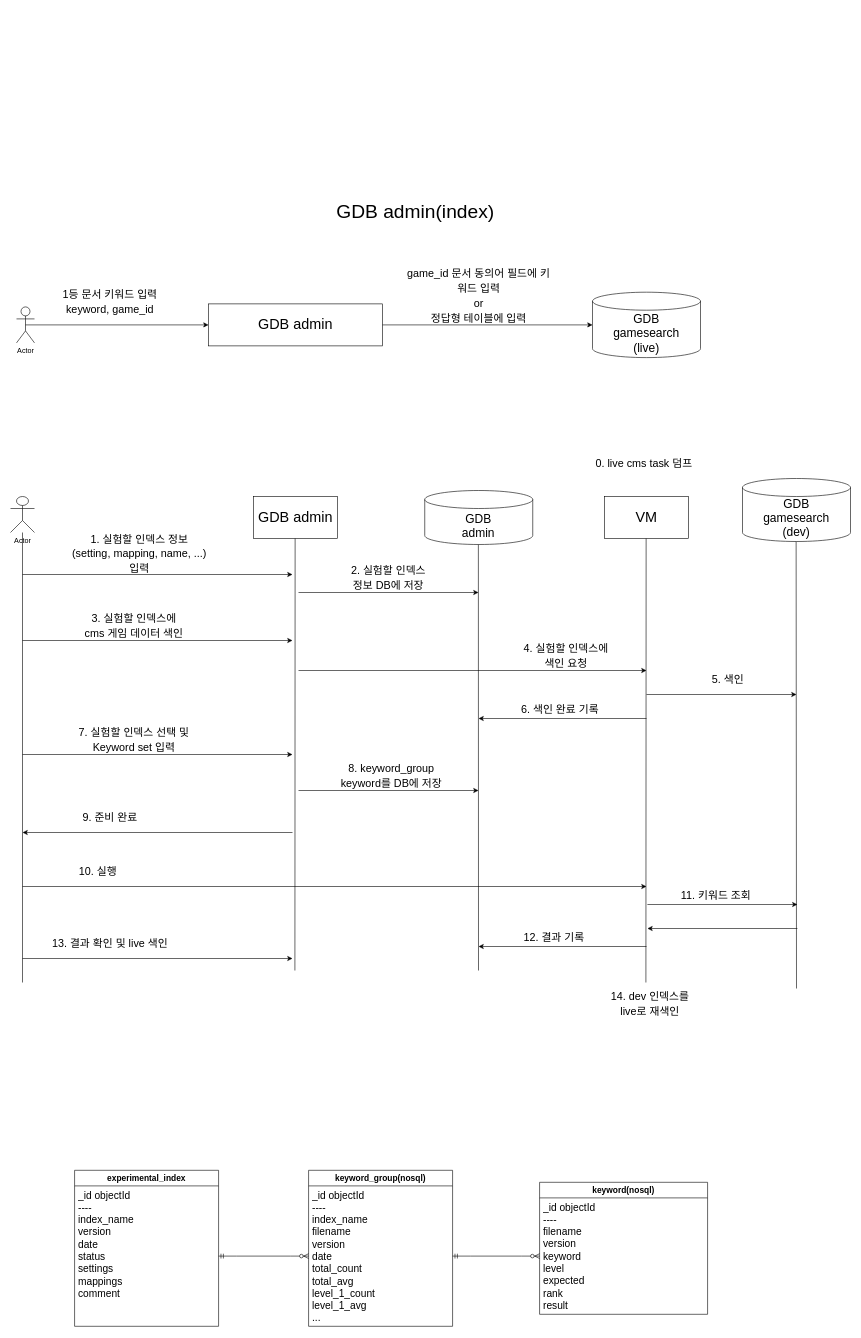
hwan2v/archive keeps this draw.io diagram as index_admin.drawio. Above is the earlier version. Source tidied: cells renumbered, new cells numbered last; positions are measured from the earlier drawing's top-left corner, leaving out a move shared by most shapes. Both pictures are drawn from the tidied source at 60%, with x=0, y=0 at pixel (10, 184).
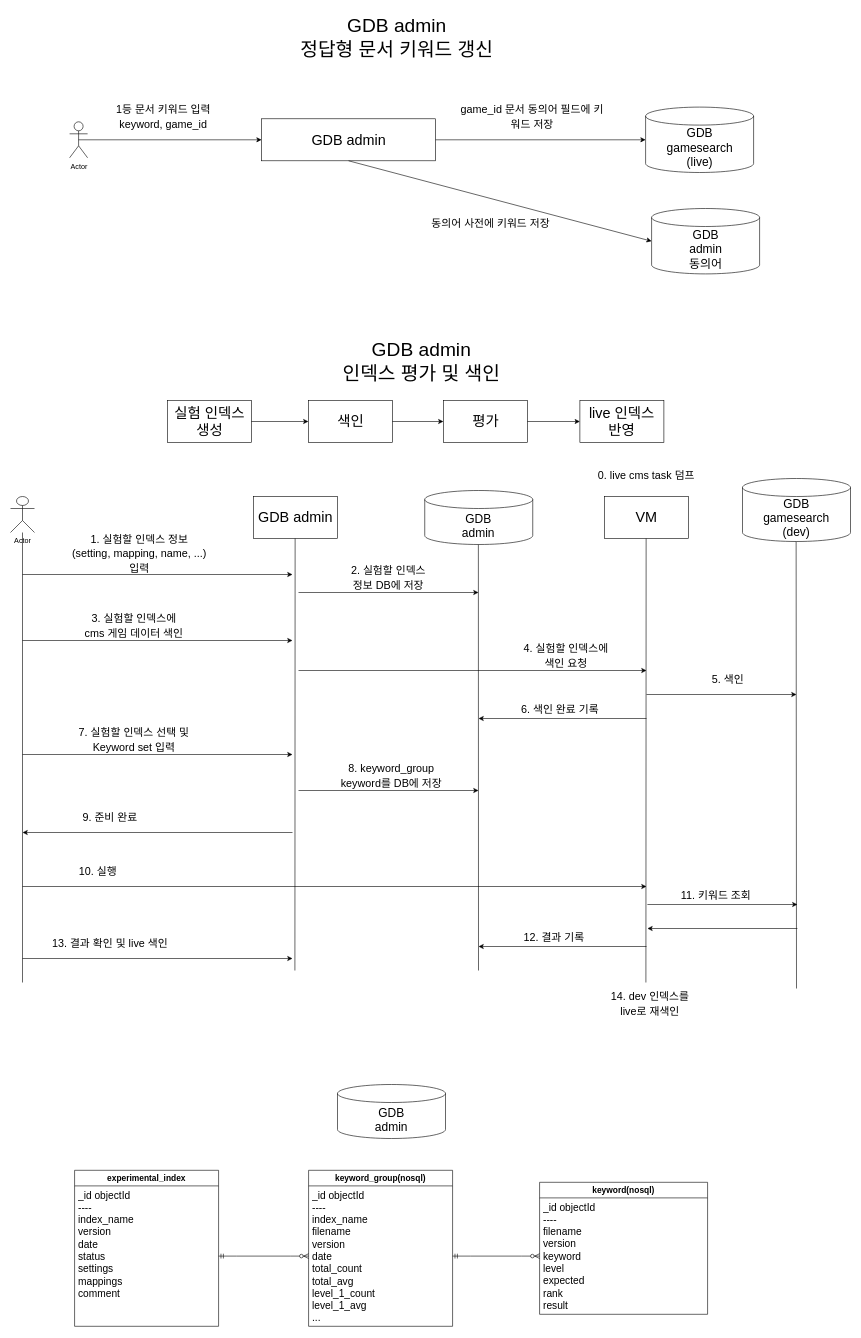
Above is the later version.

Diff of the diagram source:
```diff
@@
-    <mxCell id="2" value="&lt;span style=&quot;font-size: 32px;&quot;&gt;GDB admin(index)&lt;/span&gt;" style="text;html=1;strokeColor=none;fillColor=none;align=center;verticalAlign=middle;whiteSpace=wrap;rounded=0;" parent="1" vertex="1">
-      <mxGeometry x="420" width="510" height="90" as="geometry" />
+    <mxCell id="2" value="&lt;span style=&quot;font-size: 32px;&quot;&gt;GDB admin&lt;br&gt;정답형 문서 키워드 갱신&lt;br&gt;&lt;/span&gt;" style="text;html=1;strokeColor=none;fillColor=none;align=center;verticalAlign=middle;whiteSpace=wrap;rounded=0;" parent="1" vertex="1">
+      <mxGeometry x="388.5" y="-290" width="510" height="90" as="geometry" />
     </mxCell>
@@
     <mxCell id="7" value="Actor" style="shape=umlActor;verticalLabelPosition=bottom;verticalAlign=top;html=1;outlineConnect=0;" parent="1" vertex="1">
-      <mxGeometry x="10" y="204" width="30" height="60" as="geometry" />
+      <mxGeometry x="98.5" y="-104.5" width="30" height="60" as="geometry" />
     </mxCell>
     <mxCell id="8" value="GDB admin" style="rounded=0;whiteSpace=wrap;html=1;fontSize=24;" parent="1" vertex="1">
-      <mxGeometry x="330" y="199" width="290" height="70" as="geometry" />
+      <mxGeometry x="418.5" y="-109.5" width="290" height="70" as="geometry" />
     </mxCell>
@@
     <mxCell id="10" value="&lt;font style=&quot;font-size: 18px;&quot;&gt;1등 문서 키워드 입력&lt;br&gt;keyword, game_id&lt;/font&gt;" style="text;html=1;strokeColor=none;fillColor=none;align=center;verticalAlign=middle;whiteSpace=wrap;rounded=0;fontSize=20;" parent="1" vertex="1">
-      <mxGeometry x="50" y="150" width="231.5" height="90" as="geometry" />
+      <mxGeometry x="138.5" y="-158.5" width="231.5" height="90" as="geometry" />
     </mxCell>
     <mxCell id="11" value="GDB&lt;br style=&quot;font-size: 20px;&quot;&gt;gamesearch&lt;br&gt;(live)" style="shape=cylinder3;whiteSpace=wrap;html=1;boundedLbl=1;backgroundOutline=1;size=15;fontSize=20;" parent="1" vertex="1">
-      <mxGeometry x="970" y="179.5" width="180" height="109" as="geometry" />
+      <mxGeometry x="1058.5" y="-129" width="180" height="109" as="geometry" />
     </mxCell>
@@
-    <mxCell id="14" value="&lt;span style=&quot;font-size: 18px;&quot;&gt;game_id 문서 동의어 필드에 키워드 입력&lt;br&gt;or&lt;br&gt;정답형 테이블에 입력&lt;br&gt;&lt;/span&gt;" style="text;html=1;strokeColor=none;fillColor=none;align=center;verticalAlign=middle;whiteSpace=wrap;rounded=0;fontSize=20;" parent="1" vertex="1">
-      <mxGeometry x="660" y="130" width="240.8" height="110" as="geometry" />
+    <mxCell id="14" value="&lt;span style=&quot;font-size: 18px;&quot;&gt;game_id 문서 동의어 필드에 키워드 저장&lt;br&gt;&lt;/span&gt;" style="text;html=1;strokeColor=none;fillColor=none;align=center;verticalAlign=middle;whiteSpace=wrap;rounded=0;fontSize=20;" parent="1" vertex="1">
+      <mxGeometry x="749.2" y="-168.5" width="240.8" height="110" as="geometry" />
     </mxCell>
@@
     <mxCell id="55" value="&lt;span style=&quot;font-size: 18px;&quot;&gt;0. live cms task 덤프&lt;br&gt;&lt;/span&gt;" style="text;html=1;strokeColor=none;fillColor=none;align=center;verticalAlign=middle;whiteSpace=wrap;rounded=0;fontSize=20;" parent="1" vertex="1">
-      <mxGeometry x="940" y="420" width="231.5" height="90" as="geometry" />
+      <mxGeometry x="944.2" y="440" width="231.5" height="90" as="geometry" />
     </mxCell>
@@
+    <mxCell id="57" value="&lt;span style=&quot;font-size: 32px;&quot;&gt;GDB admin&lt;br&gt;인덱스 평가 및 색인&lt;br&gt;&lt;/span&gt;" style="text;html=1;strokeColor=none;fillColor=none;align=center;verticalAlign=middle;whiteSpace=wrap;rounded=0;" parent="1" vertex="1">
+      <mxGeometry x="430" y="250" width="510" height="90" as="geometry" />
+    </mxCell>
+    <mxCell id="58" value="GDB&lt;br style=&quot;font-size: 20px;&quot;&gt;admin" style="shape=cylinder3;whiteSpace=wrap;html=1;boundedLbl=1;backgroundOutline=1;size=15;fontSize=20;" parent="1" vertex="1">
+      <mxGeometry x="545" y="1500" width="180" height="90" as="geometry" />
+    </mxCell>
+    <mxCell id="59" value="실험 인덱스 생성" style="rounded=0;whiteSpace=wrap;html=1;fontSize=24;" parent="1" vertex="1">
+      <mxGeometry x="261.5" y="360" width="140" height="70" as="geometry" />
+    </mxCell>
+    <mxCell id="60" value="색인" style="rounded=0;whiteSpace=wrap;html=1;fontSize=24;" parent="1" vertex="1">
+      <mxGeometry x="496.5" y="360" width="140" height="70" as="geometry" />
+    </mxCell>
+    <mxCell id="61" value="평가" style="rounded=0;whiteSpace=wrap;html=1;fontSize=24;" parent="1" vertex="1">
+      <mxGeometry x="721.5" y="360" width="140" height="70" as="geometry" />
+    </mxCell>
+    <mxCell id="62" value="live 인덱스&lt;br&gt;반영" style="rounded=0;whiteSpace=wrap;html=1;fontSize=24;" parent="1" vertex="1">
+      <mxGeometry x="949" y="360" width="140" height="70" as="geometry" />
+    </mxCell>
+    <mxCell id="63" style="endArrow=classic;html=1;rounded=0;exitX=1;exitY=0.5;exitDx=0;exitDy=0;entryX=0;entryY=0.5;entryDx=0;entryDy=0;" parent="1" edge="1" source="59" target="60">
+      <mxGeometry relative="1" as="geometry" />
+    </mxCell>
+    <mxCell id="64" style="endArrow=classic;html=1;rounded=0;exitX=1;exitY=0.5;exitDx=0;exitDy=0;entryX=0;entryY=0.5;entryDx=0;entryDy=0;" parent="1" edge="1" source="60" target="61">
+      <mxGeometry relative="1" as="geometry" />
+    </mxCell>
+    <mxCell id="65" style="endArrow=classic;html=1;rounded=0;exitX=1;exitY=0.5;exitDx=0;exitDy=0;entryX=0;entryY=0.5;entryDx=0;entryDy=0;" parent="1" edge="1" source="61" target="62">
+      <mxGeometry relative="1" as="geometry" />
+    </mxCell>
+    <mxCell id="66" value="GDB&lt;br&gt;admin&lt;br&gt;동의어" style="shape=cylinder3;whiteSpace=wrap;html=1;boundedLbl=1;backgroundOutline=1;size=15;fontSize=20;" parent="1" vertex="1">
+      <mxGeometry x="1068.5" y="40" width="180" height="109" as="geometry" />
+    </mxCell>
+    <mxCell id="67" style="endArrow=classic;html=1;rounded=0;exitX=0.5;exitY=1;exitDx=0;exitDy=0;entryX=0;entryY=0.5;entryDx=0;entryDy=0;entryPerimeter=0;" parent="1" edge="1" source="8" target="66">
+      <mxGeometry relative="1" as="geometry" />
+    </mxCell>
+    <mxCell id="68" value="&lt;span style=&quot;font-size: 18px;&quot;&gt;동의어 사전에 키워드 저장&lt;br&gt;&lt;/span&gt;" style="text;html=1;strokeColor=none;fillColor=none;align=center;verticalAlign=middle;whiteSpace=wrap;rounded=0;fontSize=20;" parent="1" vertex="1">
+      <mxGeometry x="680" y="10" width="240.8" height="110" as="geometry" />
+    </mxCell>
```
